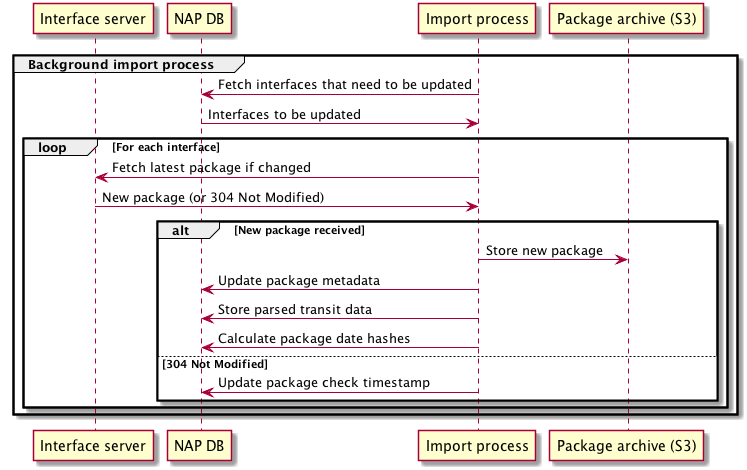
Above: docs/transit-changes/import-process.png in tmfg/mmtis-national-access-point (PlantUML), before the change.
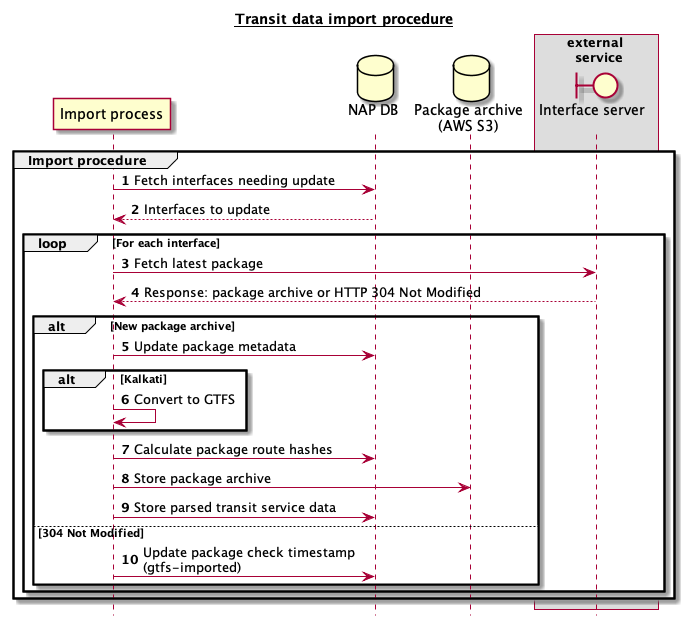
After the change.

Commit message:
doc: transit changes import-process updated

The edit, as a diff of the source:
```diff
@@ -1,25 +1,33 @@
 @startuml
+title __Transit data import procedure__
+autonumber
+hide footbox
 
-participant "Interface server" as IFACE
-participant "NAP DB" as DB
 participant "Import process" as IMP
-participant "Package archive (S3)" as S3
+database "NAP DB\n" as DB
+database "Package archive\n(AWS S3)" as S3
+box external \n service
+boundary "Interface server \n" as IFACE
+end box
 
-group Background import process
-IMP->DB: Fetch interfaces that need to be updated
-DB->IMP: Interfaces to be updated
-loop For each interface
-IMP->IFACE: Fetch latest package if changed
-IFACE->IMP: New package (or 304 Not Modified)
-alt New package received
- IMP->S3: Store new package
- IMP->DB: Update package metadata
- IMP->DB: Store parsed transit data
- IMP->DB: Calculate package date hashes
-else 304 Not Modified
- IMP->DB: Update package check timestamp
-end
-end
+group Import procedure
+IMP->DB: Fetch interfaces needing update
+return Interfaces to update
+    loop For each interface
+    IMP->IFACE: Fetch latest package
+    return Response: package archive or HTTP 304 Not Modified
+        alt New package archive
+           IMP->DB: Update package metadata
+         alt Kalkati
+            IMP->IMP: Convert to GTFS
+         end
+         IMP->DB: Calculate package route hashes
+         IMP->S3: Store package archive
+         IMP->DB: Store parsed transit service data
+        else 304 Not Modified
+          IMP->DB: Update package check timestamp \n(gtfs-imported)
+        end
+    end
 end
 
 
```
